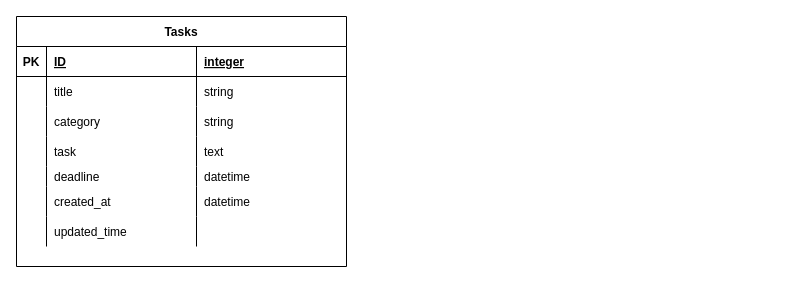
Before: ER-model.dio in You9977/todo-app-ver2, a draw.io diagram. Source tidied: cells renumbered, new cells numbered last; positions are measured from the earlier drawing's top-left corner, leaving out a move shared by most shapes. Both pictures are drawn from the tidied source at 100%, with x=0, y=0 at pixel (16, 16).
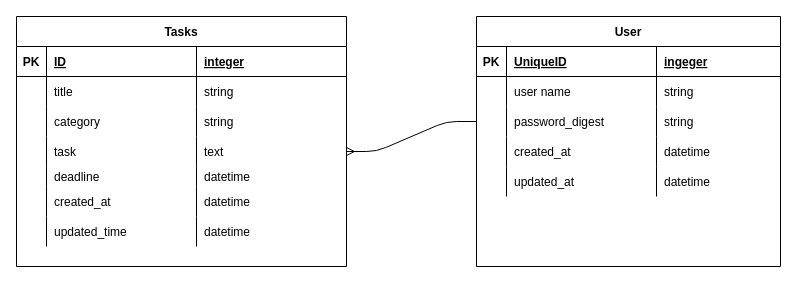
After the change.

Commit message (it also covers changes not shown here):
modeling User

Unchanged cells that the change refers to:
```xml
<mxCell id="15" style="shape=partialRectangle;fillColor=none;top=0;left=0;bottom=0;right=0;points=[[0,0.5],[1,0.5]];portConstraint=eastwest;" parent="2" vertex="1">
  <mxGeometry y="120" width="330" height="30" as="geometry" />
</mxCell>
<mxCell id="27" style="shape=partialRectangle;fillColor=none;top=0;left=0;bottom=0;right=0;" parent="2" vertex="1">
  <mxGeometry y="200" width="330" height="30" as="geometry" />
</mxCell>
```

What changed in the source:
```diff
@@
-    <mxCell id="30" style="shape=partialRectangle;fillColor=none;top=0;left=0;bottom=0;right=0;align=left;spacingLeft=6;overflow=hidden;" parent="27" vertex="1">
+    <mxCell id="30" value="datetime" style="shape=partialRectangle;fillColor=none;top=0;left=0;bottom=0;right=0;align=left;spacingLeft=6;overflow=hidden;" parent="27" vertex="1">
       <mxGeometry x="180" width="150" height="30" as="geometry" />
     </mxCell>
+    <mxCell id="31" value="User" style="shape=table;startSize=30;childLayout=tableLayout;rowLines=0;fontStyle=1;align=center;" parent="1" vertex="1">
+      <mxGeometry x="460" width="304" height="250" as="geometry" />
+    </mxCell>
+    <mxCell id="32" style="shape=partialRectangle;fillColor=none;top=0;left=0;bottom=1;right=0;" parent="31" vertex="1">
+      <mxGeometry y="30" width="304" height="30" as="geometry" />
+    </mxCell>
+    <mxCell id="33" value="PK" style="shape=partialRectangle;fillColor=none;top=0;left=0;bottom=0;right=0;fontStyle=1;overflow=hidden;" parent="32" vertex="1">
+      <mxGeometry width="30" height="30" as="geometry" />
+    </mxCell>
+    <mxCell id="34" value="UniqueID" style="shape=partialRectangle;fillColor=none;top=0;left=0;bottom=0;right=0;align=left;spacingLeft=6;fontStyle=5;overflow=hidden;" parent="32" vertex="1">
+      <mxGeometry x="30" width="150" height="30" as="geometry" />
+    </mxCell>
+    <mxCell id="35" value="ingeger" style="shape=partialRectangle;fillColor=none;top=0;left=0;bottom=0;right=0;align=left;spacingLeft=6;fontStyle=5;overflow=hidden;" parent="32" vertex="1">
+      <mxGeometry x="180" width="124" height="30" as="geometry" />
+    </mxCell>
+    <mxCell id="36" style="shape=partialRectangle;fillColor=none;top=0;left=0;bottom=0;right=0;" parent="31" vertex="1">
+      <mxGeometry y="60" width="304" height="30" as="geometry" />
+    </mxCell>
+    <mxCell id="37" style="shape=partialRectangle;fillColor=none;top=0;left=0;bottom=0;right=0;overflow=hidden;" parent="36" vertex="1">
+      <mxGeometry width="30" height="30" as="geometry" />
+    </mxCell>
+    <mxCell id="38" value="user name" style="shape=partialRectangle;fillColor=none;top=0;left=0;bottom=0;right=0;align=left;spacingLeft=6;overflow=hidden;" parent="36" vertex="1">
+      <mxGeometry x="30" width="150" height="30" as="geometry" />
+    </mxCell>
+    <mxCell id="39" value="string" style="shape=partialRectangle;fillColor=none;top=0;left=0;bottom=0;right=0;align=left;spacingLeft=6;overflow=hidden;" parent="36" vertex="1">
+      <mxGeometry x="180" width="124" height="30" as="geometry" />
+    </mxCell>
+    <mxCell id="40" style="shape=partialRectangle;fillColor=none;top=0;left=0;bottom=0;right=0;points=[[0,0.5],[1,0.5]];portConstraint=eastwest;" parent="31" vertex="1">
+      <mxGeometry y="90" width="304" height="30" as="geometry" />
+    </mxCell>
+    <mxCell id="41" style="shape=partialRectangle;fillColor=none;top=0;left=0;bottom=0;right=0;overflow=hidden;" parent="40" vertex="1">
+      <mxGeometry width="30" height="30" as="geometry" />
+    </mxCell>
+    <mxCell id="42" value="password_digest" style="shape=partialRectangle;fillColor=none;top=0;left=0;bottom=0;right=0;align=left;spacingLeft=6;overflow=hidden;" parent="40" vertex="1">
+      <mxGeometry x="30" width="150" height="30" as="geometry" />
+    </mxCell>
+    <mxCell id="43" value="string" style="shape=partialRectangle;fillColor=none;top=0;left=0;bottom=0;right=0;align=left;spacingLeft=6;overflow=hidden;" parent="40" vertex="1">
+      <mxGeometry x="180" width="124" height="30" as="geometry" />
+    </mxCell>
+    <mxCell id="44" style="shape=partialRectangle;fillColor=none;top=0;left=0;bottom=0;right=0;" parent="31" vertex="1">
+      <mxGeometry y="120" width="304" height="30" as="geometry" />
+    </mxCell>
+    <mxCell id="45" style="shape=partialRectangle;fillColor=none;top=0;left=0;bottom=0;right=0;overflow=hidden;" parent="44" vertex="1">
+      <mxGeometry width="30" height="30" as="geometry" />
+    </mxCell>
+    <mxCell id="46" value="created_at" style="shape=partialRectangle;fillColor=none;top=0;left=0;bottom=0;right=0;align=left;spacingLeft=6;overflow=hidden;" parent="44" vertex="1">
+      <mxGeometry x="30" width="150" height="30" as="geometry" />
+    </mxCell>
+    <mxCell id="47" value="datetime" style="shape=partialRectangle;fillColor=none;top=0;left=0;bottom=0;right=0;align=left;spacingLeft=6;overflow=hidden;" parent="44" vertex="1">
+      <mxGeometry x="180" width="124" height="30" as="geometry" />
+    </mxCell>
+    <mxCell id="48" style="shape=partialRectangle;fillColor=none;top=0;left=0;bottom=0;right=0;" parent="31" vertex="1">
+      <mxGeometry y="150" width="304" height="30" as="geometry" />
+    </mxCell>
+    <mxCell id="49" style="shape=partialRectangle;fillColor=none;top=0;left=0;bottom=0;right=0;overflow=hidden;" parent="48" vertex="1">
+      <mxGeometry width="30" height="30" as="geometry" />
+    </mxCell>
+    <mxCell id="50" value="updated_at" style="shape=partialRectangle;fillColor=none;top=0;left=0;bottom=0;right=0;align=left;spacingLeft=6;overflow=hidden;" parent="48" vertex="1">
+      <mxGeometry x="30" width="150" height="30" as="geometry" />
+    </mxCell>
+    <mxCell id="51" value="datetime" style="shape=partialRectangle;fillColor=none;top=0;left=0;bottom=0;right=0;align=left;spacingLeft=6;overflow=hidden;" parent="48" vertex="1">
+      <mxGeometry x="180" width="124" height="30" as="geometry" />
+    </mxCell>
+    <mxCell id="52" style="edgeStyle=entityRelationEdgeStyle;fontSize=12;html=1;endArrow=ERmany;entryX=1;entryY=0.5;entryDx=0;entryDy=0;exitX=0;exitY=0.5;exitDx=0;exitDy=0;" parent="1" edge="1" source="40" target="15">
+      <mxGeometry relative="1" as="geometry" />
+    </mxCell>
```
